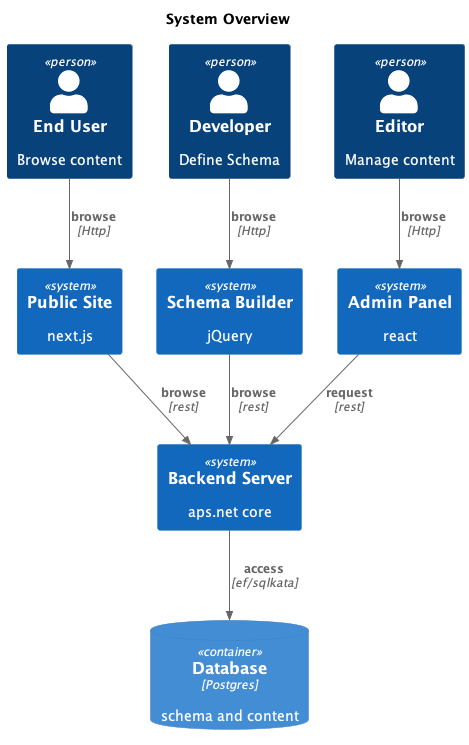
Earlier version of the PlantUML export doc/diagrams/overview.png (vpstarweb/formcms).
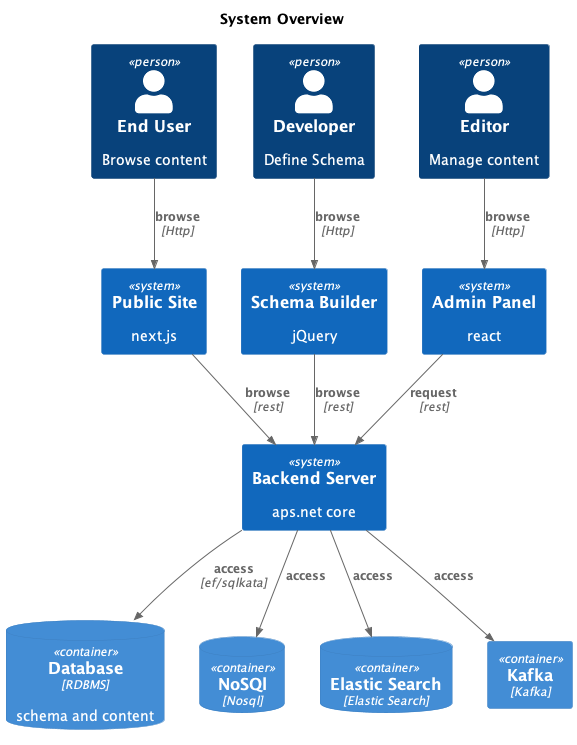
The same diagram one commit later.

Change to the diagram source:
```diff
@@ -1,5 +1,5 @@
 @startuml C4_Elements
-!include https://raw.githubusercontent.com/plantuml-stdlib/C4-PlantUML/master/C4_Container.puml
+!include ../../../C4-PlantUML/C4_Container.puml
 title System Overview
 
 Person(end_user, "End User", "Browse content")
@@ -11,7 +11,10 @@
 System(public_site, "Public Site", "next.js")
 System(backend_server, "Backend Server", "aps.net core")
 
-ContainerDb(db, "Database", "Postgres", "schema and content")
+ContainerDb(db, "Database", "RDBMS", "schema and content")
+ContainerDb(nosql, "NoSQl", "Nosql", "")
+ContainerDb(elasticSearch, "Elastic Search", "Elastic Search", "")
+Container(kafka, "Kafka", "Kafka", "")
 
 
 Rel(end_user, public_site, "browse", "Http")
@@ -23,4 +26,7 @@
 Rel(schema_builder, backend_server, "browse", "rest")
 
 Rel(backend_server, db, "access", "ef/sqlkata")
+Rel(backend_server, nosql, "access", "")
+Rel(backend_server, elasticSearch, "access", "")
+Rel(backend_server, kafka, "access", "")
 @enduml
```
